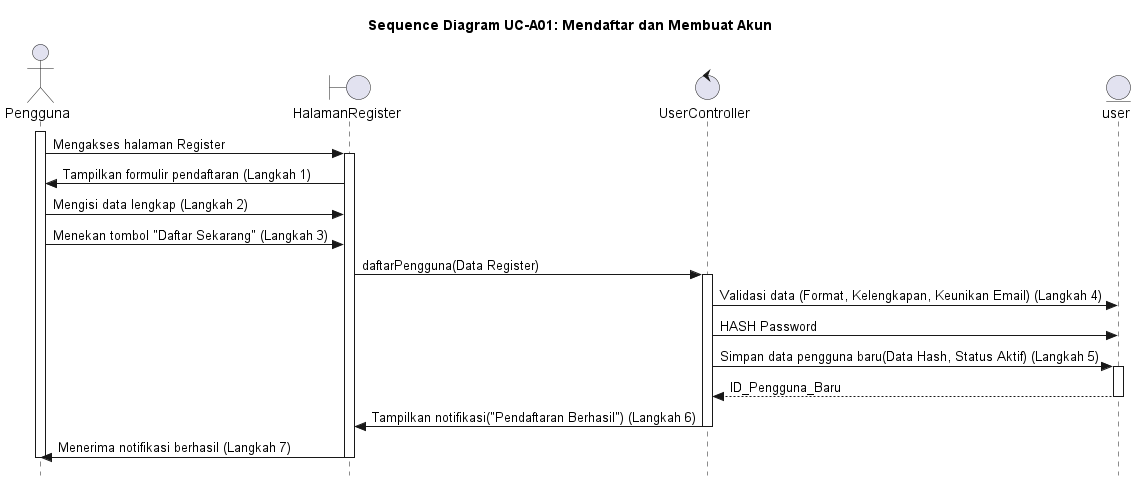
Earlier version of the PlantUML export out/UC-A01/SD-UC-A01_MendaftarAkun.png (alfiahnurfa/RSI-PROYEK-AKHIR-SEQUENCE).
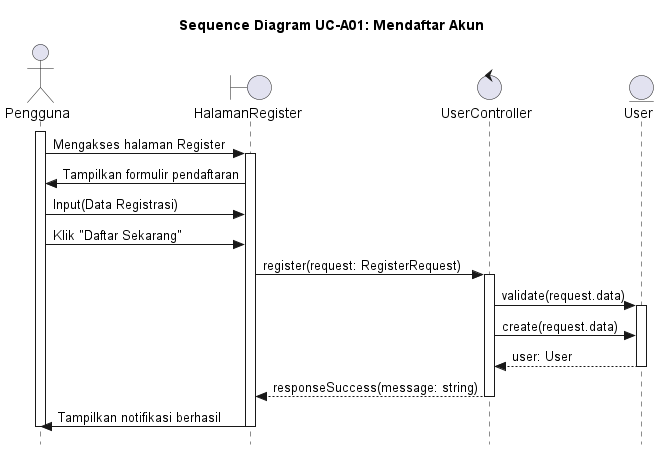
Above is the later version.

The edit, as a diff of the source:
```diff
@@ -1,42 +1,38 @@
 @startuml SD-UC-A01_MendaftarAkun
-title Sequence Diagram UC-A01: Mendaftar dan Membuat Akun
+title Sequence Diagram UC-A01: Mendaftar Akun
 skinparam style strictuml
 
 actor Pengguna
 boundary HalamanRegister
 control UserController
-entity user
+entity User
 
 activate Pengguna
 Pengguna -> HalamanRegister : Mengakses halaman Register
 activate HalamanRegister
 
-HalamanRegister -> Pengguna : Tampilkan formulir pendaftaran (Langkah 1)
+HalamanRegister -> Pengguna : Tampilkan formulir pendaftaran
 
-Pengguna -> HalamanRegister : Mengisi data lengkap (Langkah 2)
+Pengguna -> HalamanRegister : Input(Data Registrasi)
 
-Pengguna -> HalamanRegister : Menekan tombol "Daftar Sekarang" (Langkah 3)
+Pengguna -> HalamanRegister : Klik "Daftar Sekarang"
 
-HalamanRegister -> UserController : daftarPengguna(Data Register)
+HalamanRegister -> UserController : register(request: RegisterRequest)
 activate UserController
 
-UserController -> user : Validasi data (Format, Kelengkapan, Keunikan Email) (Langkah 4)
+UserController -> User : validate(request.data)
+activate User
 
+UserController -> User : create(request.data)
 
+User --> UserController : user: User
+deactivate User
 
+UserController --> HalamanRegister : responseSuccess(message: string)
+deactivate UserController
 
-UserController -> user : HASH Password
-    UserController -> user : Simpan data pengguna baru(Data Hash, Status Aktif) (Langkah 5)
-    activate user
-
-    user --> UserController : ID_Pengguna_Baru
-    deactivate user
-
-    UserController -> HalamanRegister : Tampilkan notifikasi("Pendaftaran Berhasil") (Langkah 6)
-    deactivate UserController
-
-    HalamanRegister -> Pengguna : Menerima notifikasi berhasil (Langkah 7)
-    deactivate HalamanRegister
+HalamanRegister -> Pengguna : Tampilkan notifikasi berhasil
+deactivate HalamanRegister
 deactivate Pengguna
 
 @enduml
```
